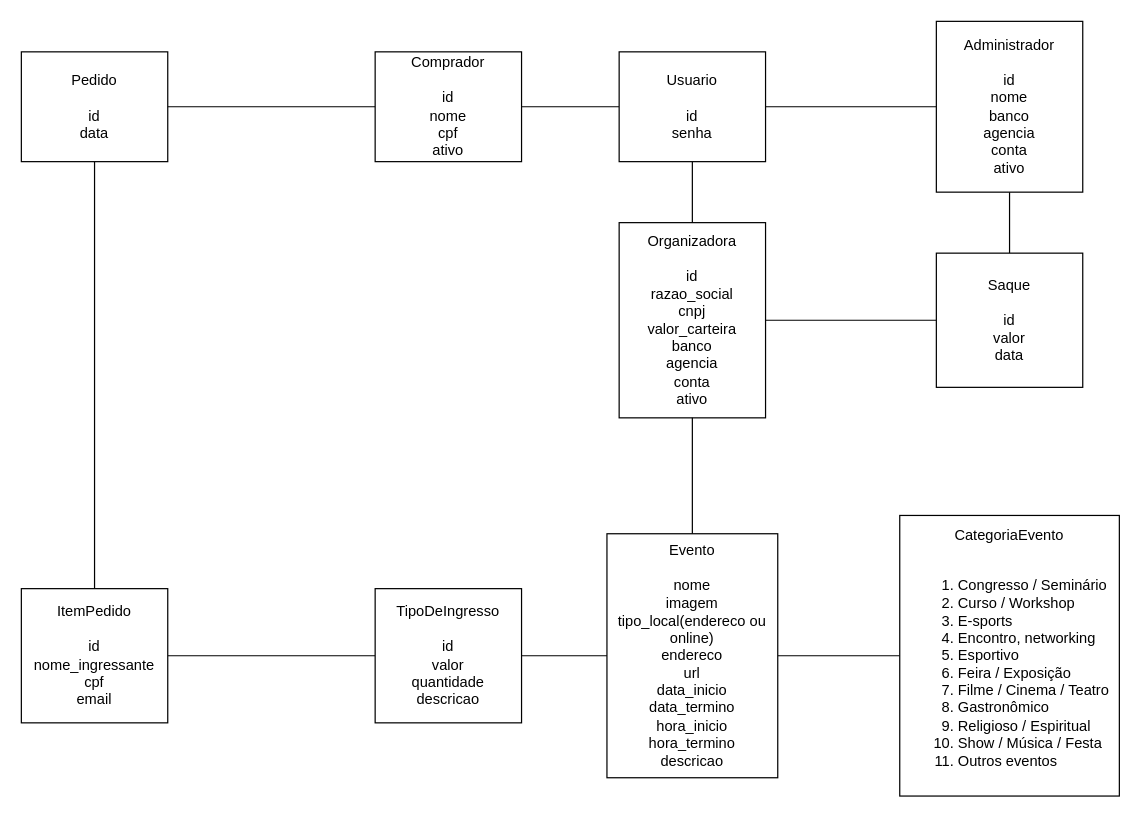
Earlier version of the draw.io diagram files/Banco de Dados/esboco.drawio (heltonricardo/ingressoja-api). Source tidied: cells renumbered, new cells numbered last; positions are measured from the earlier drawing's top-left corner, leaving out a move shared by most shapes. Both pictures are drawn from the tidied source at 122%, with x=0, y=0 at pixel (21, 21).
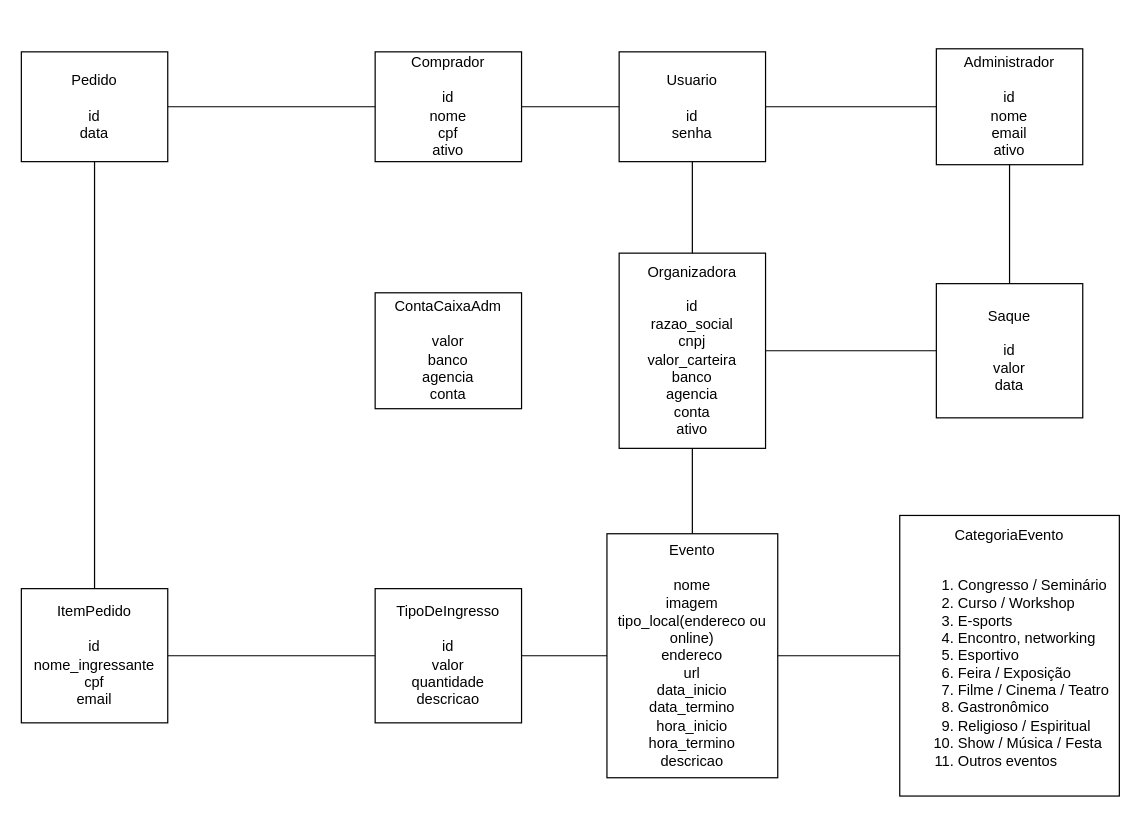
The same diagram, later.

Commit message (it also covers changes not shown here):
remocao de atributos bancarios do administrador e criacao da conta adm

Diff of the diagram source:
```diff
@@
     <mxCell id="4" value="Organizadora&lt;br&gt;&lt;br&gt;id&lt;br&gt;razao_social&lt;br&gt;cnpj&lt;br&gt;valor_carteira&lt;br&gt;banco&lt;br&gt;agencia&lt;br&gt;conta&lt;br&gt;ativo" style="rounded=0;whiteSpace=wrap;html=1;" parent="1" vertex="1">
-      <mxGeometry x="490" y="165" width="120" height="160" as="geometry" />
+      <mxGeometry x="490" y="190" width="120" height="160" as="geometry" />
     </mxCell>
@@
-    <mxCell id="19" style="edgeStyle=orthogonalEdgeStyle;rounded=0;jettySize=auto;html=1;endArrow=none;endFill=0;" parent="1" edge="1" source="20" target="22">
-      <mxGeometry relative="1" as="geometry" />
-    </mxCell>
-    <mxCell id="20" value="Administrador&lt;br&gt;&lt;br&gt;id&lt;br&gt;nome&lt;br&gt;banco&lt;br&gt;agencia&lt;br&gt;conta&lt;br&gt;ativo" style="rounded=0;whiteSpace=wrap;html=1;" parent="1" vertex="1">
-      <mxGeometry x="750" width="120" height="140" as="geometry" />
+    <mxCell id="20" value="Administrador&lt;br&gt;&lt;br&gt;id&lt;br&gt;nome&lt;br&gt;email&lt;br&gt;ativo" style="rounded=0;whiteSpace=wrap;html=1;" parent="1" vertex="1">
+      <mxGeometry x="750" y="22.5" width="120" height="95" as="geometry" />
     </mxCell>
@@
+    <mxCell id="23" style="edgeStyle=orthogonalEdgeStyle;rounded=0;jettySize=auto;html=1;endArrow=none;endFill=0;" parent="1" edge="1" source="22" target="20">
+      <mxGeometry relative="1" as="geometry" />
+    </mxCell>
     <mxCell id="22" value="Saque&lt;br&gt;&lt;br&gt;id&lt;br&gt;valor&lt;br&gt;data" style="rounded=0;whiteSpace=wrap;html=1;" parent="1" vertex="1">
-      <mxGeometry x="750" y="190" width="120" height="110" as="geometry" />
+      <mxGeometry x="750" y="215" width="120" height="110" as="geometry" />
     </mxCell>
+    <mxCell id="24" value="ContaCaixaAdm&lt;br&gt;&lt;br&gt;valor&lt;br&gt;banco&lt;br&gt;agencia&lt;br&gt;conta" style="rounded=0;whiteSpace=wrap;html=1;" parent="1" vertex="1">
+      <mxGeometry x="290" y="222.5" width="120" height="95" as="geometry" />
+    </mxCell>
```
